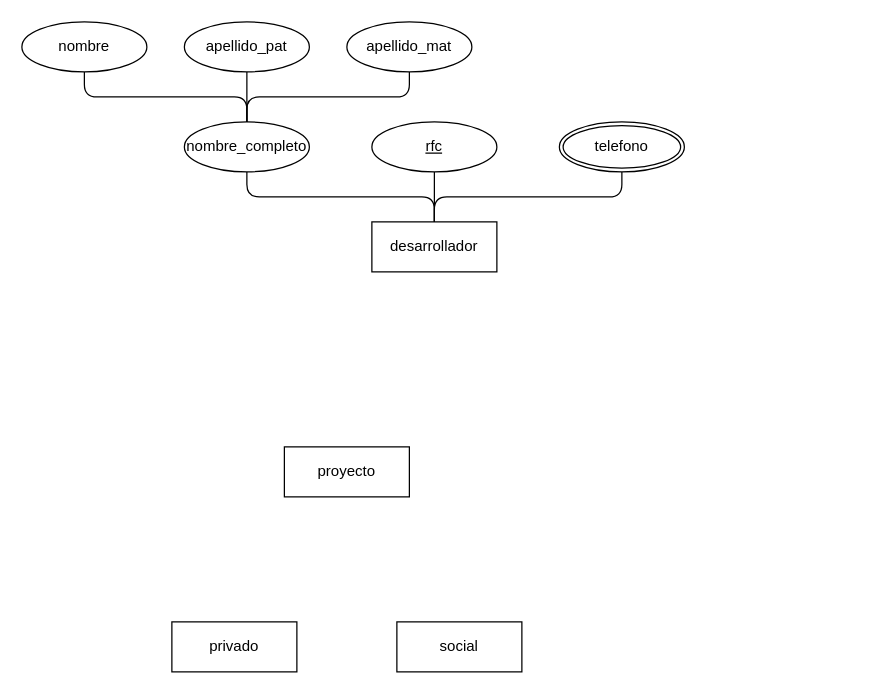
The draw.io diagram Examen-Corte-2.drawio in xmr-p/DatabaseCharts, before the edit. Source tidied: cells renumbered, new cells numbered last; positions are measured from the earlier drawing's top-left corner, leaving out a move shared by most shapes. Both pictures are drawn from the tidied source at 125%, with x=0, y=0 at pixel (21, 21).
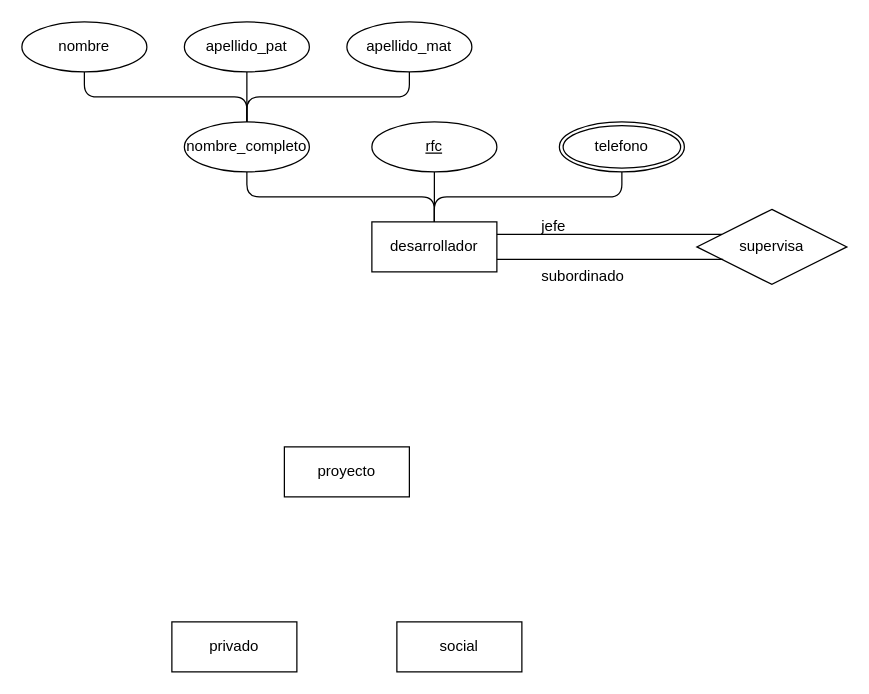
The same diagram, later.

Unchanged cells that the change refers to:
```xml
<mxCell id="5" value="desarrollador" style="whiteSpace=wrap;html=1;align=center;" parent="1" vertex="1">
  <mxGeometry x="280" y="160" width="100" height="40" as="geometry" />
</mxCell>
```

Diff of the diagram source:
```diff
@@
+    <mxCell id="18" value="supervisa" style="shape=rhombus;perimeter=rhombusPerimeter;whiteSpace=wrap;html=1;align=center;" parent="1" vertex="1">
+      <mxGeometry x="540" y="150" width="120" height="60" as="geometry" />
+    </mxCell>
+    <mxCell id="19" style="edgeStyle=orthogonalEdgeStyle;rounded=1;jettySize=auto;html=1;exitX=1;exitY=0.25;exitDx=0;exitDy=0;entryX=0.167;entryY=0.333;entryDx=0;entryDy=0;entryPerimeter=0;curved=0;endArrow=none;endFill=0;" parent="1" edge="1" source="5" target="18">
+      <mxGeometry relative="1" as="geometry" />
+    </mxCell>
+    <mxCell id="20" style="edgeStyle=orthogonalEdgeStyle;rounded=1;jettySize=auto;html=1;exitX=1;exitY=0.75;exitDx=0;exitDy=0;entryX=0.175;entryY=0.667;entryDx=0;entryDy=0;entryPerimeter=0;endArrow=none;endFill=0;curved=0;" parent="1" edge="1" source="5" target="18">
+      <mxGeometry relative="1" as="geometry" />
+    </mxCell>
+    <mxCell id="21" value="jefe" style="text;strokeColor=none;fillColor=none;spacingLeft=4;spacingRight=4;overflow=hidden;fontSize=12;whiteSpace=wrap;html=1;" parent="1" vertex="1">
+      <mxGeometry x="410" y="150" width="40" height="30" as="geometry" />
+    </mxCell>
+    <mxCell id="22" value="subordinado" style="text;strokeColor=none;fillColor=none;spacingLeft=4;spacingRight=4;overflow=hidden;fontSize=12;whiteSpace=wrap;html=1;" parent="1" vertex="1">
+      <mxGeometry x="410" y="190" width="80" height="30" as="geometry" />
+    </mxCell>
```
